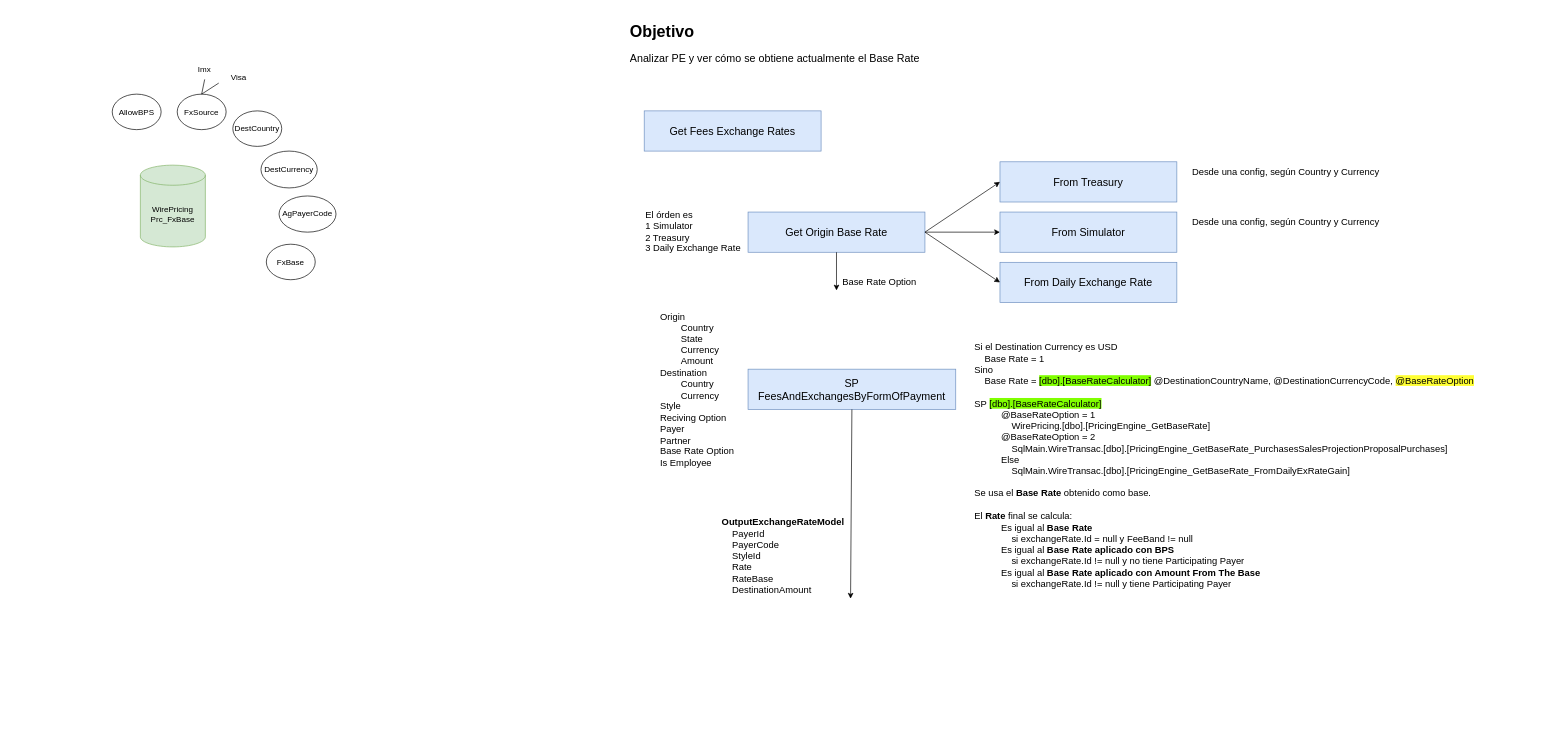
The draw.io diagram Pricing Engine.drawio in notariopablomarcelo/intermex, before the edit. Source tidied: cells renumbered, new cells numbered last; positions are measured from the earlier drawing's top-left corner, leaving out a move shared by most shapes. Both pictures are drawn from the tidied source at 67%, with x=0, y=0 at pixel (112, 18).
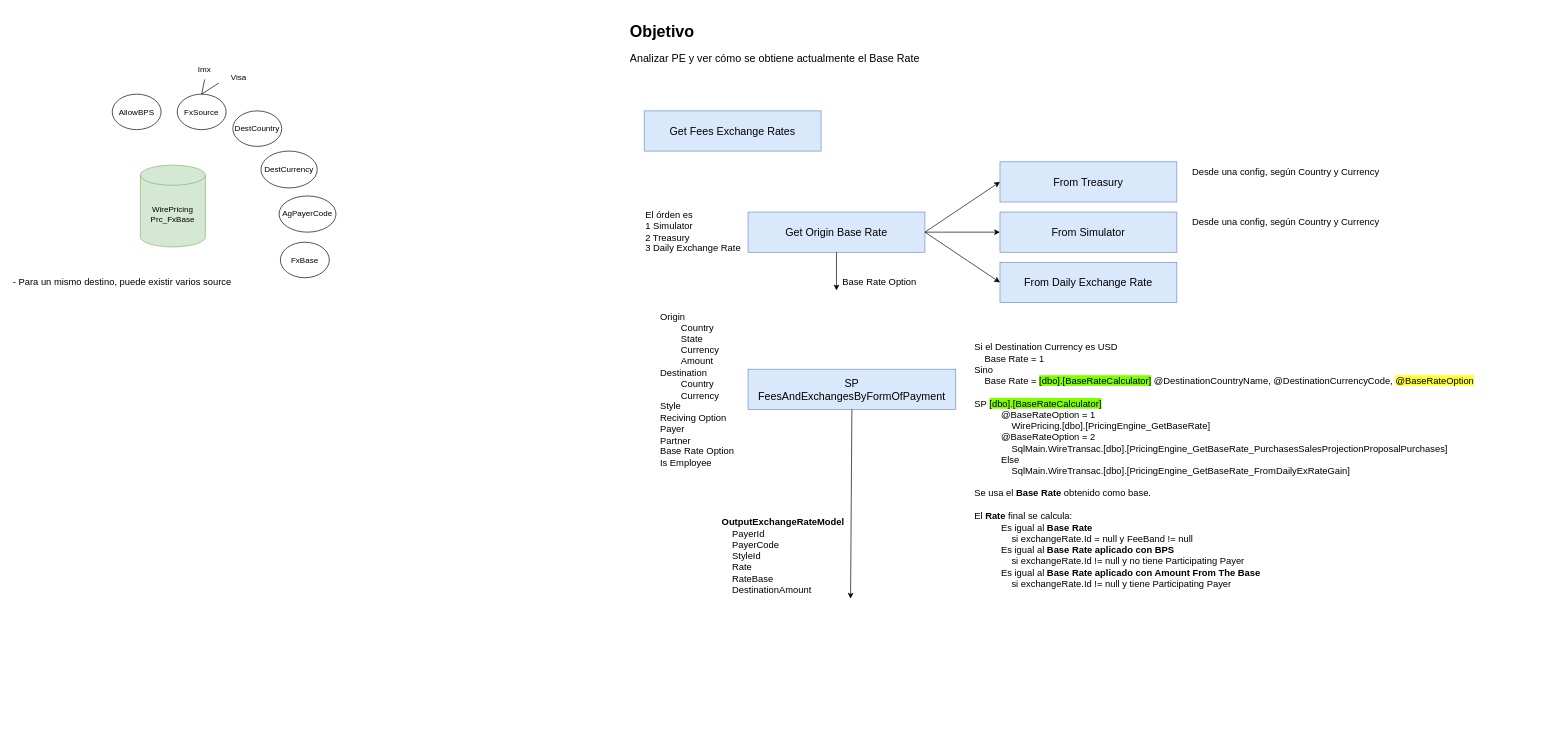
The same page after the edit.

The edit, as a diff of the source:
```diff
@@
     <mxCell id="27" value="FxBase" style="ellipse;whiteSpace=wrap;html=1;" parent="1" vertex="1">
-      <mxGeometry x="230" y="337" width="73" height="53" as="geometry" />
+      <mxGeometry x="251" y="334" width="73" height="53" as="geometry" />
     </mxCell>
@@
+    <mxCell id="32" value="- Para un mismo destino, puede existir varios source" style="text;html=1;strokeColor=none;fillColor=none;align=left;verticalAlign=top;whiteSpace=wrap;rounded=0;fontSize=14;" parent="1" vertex="1">
+      <mxGeometry x="-150" y="379" width="441" height="73" as="geometry" />
+    </mxCell>
```
